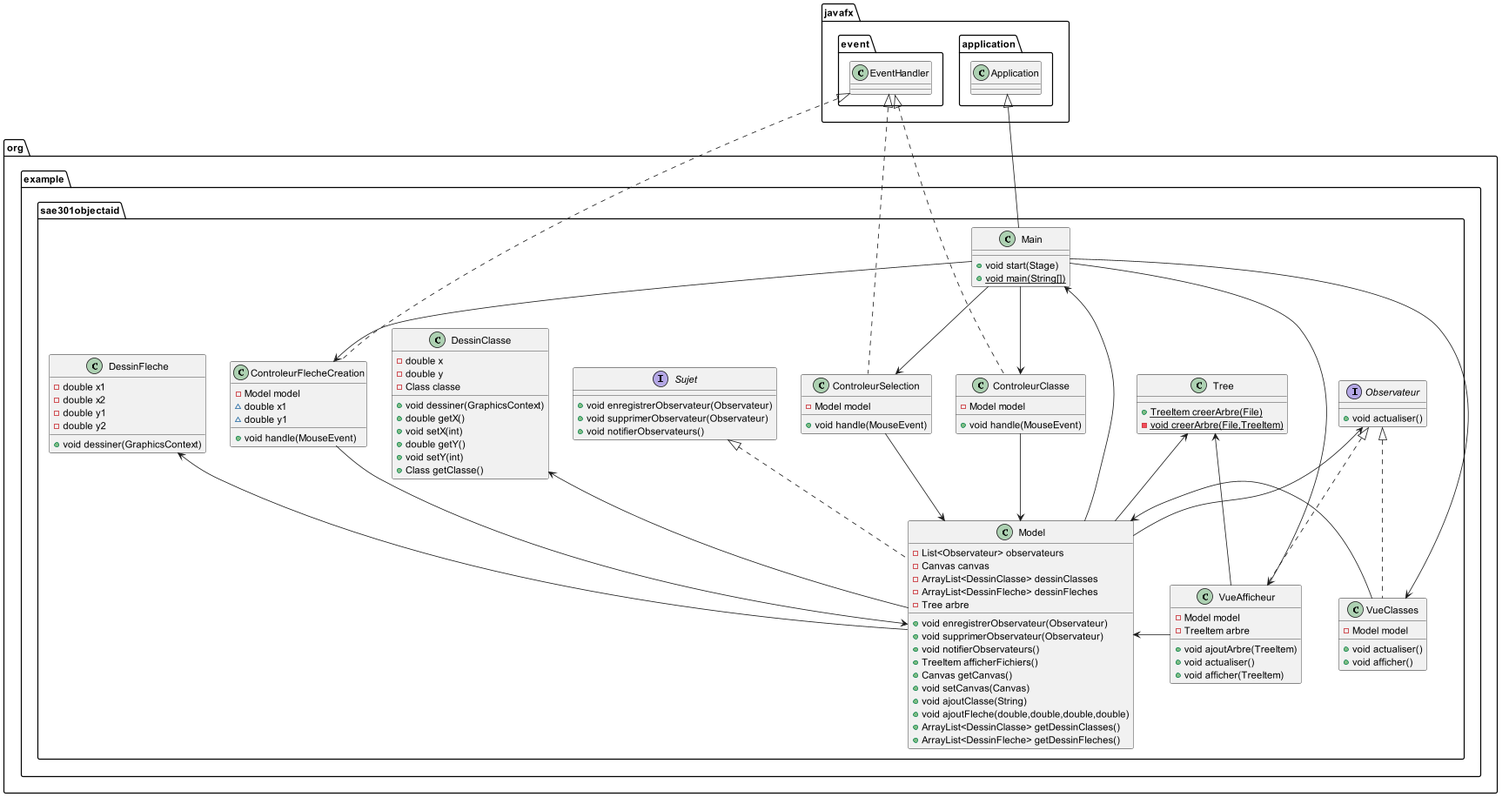
Earlier version of the PlantUML export Documents/DiagrammeDeClasse.png (Math54500/SAE-3.01-ObjectAid).
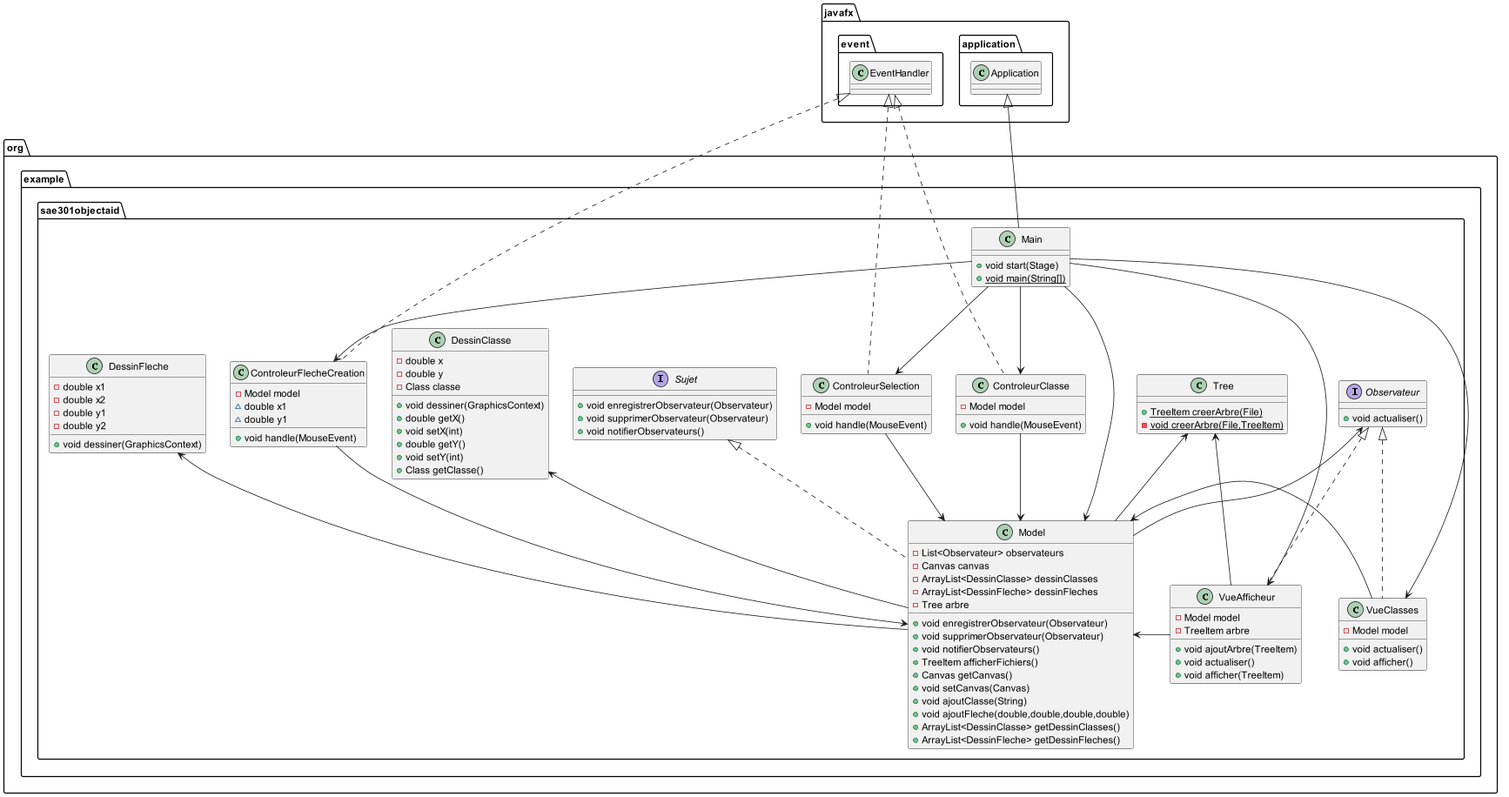
The same diagram one commit later.

What changed in the source:
```diff
@@ -111,7 +111,7 @@
 org.example.sae301objectaid.Main --> org.example.sae301objectaid.ControleurSelection
 org.example.sae301objectaid.ControleurFlecheCreation --> org.example.sae301objectaid.Model
 org.example.sae301objectaid.Main --> org.example.sae301objectaid.ControleurFlecheCreation
-org.example.sae301objectaid.Main <-- org.example.sae301objectaid.Model
+org.example.sae301objectaid.Main --> org.example.sae301objectaid.Model
 org.example.sae301objectaid.Observateur <-- org.example.sae301objectaid.Model
 org.example.sae301objectaid.Model <- org.example.sae301objectaid.VueAfficheur
 org.example.sae301objectaid.Main --> org.example.sae301objectaid.VueAfficheur
```
